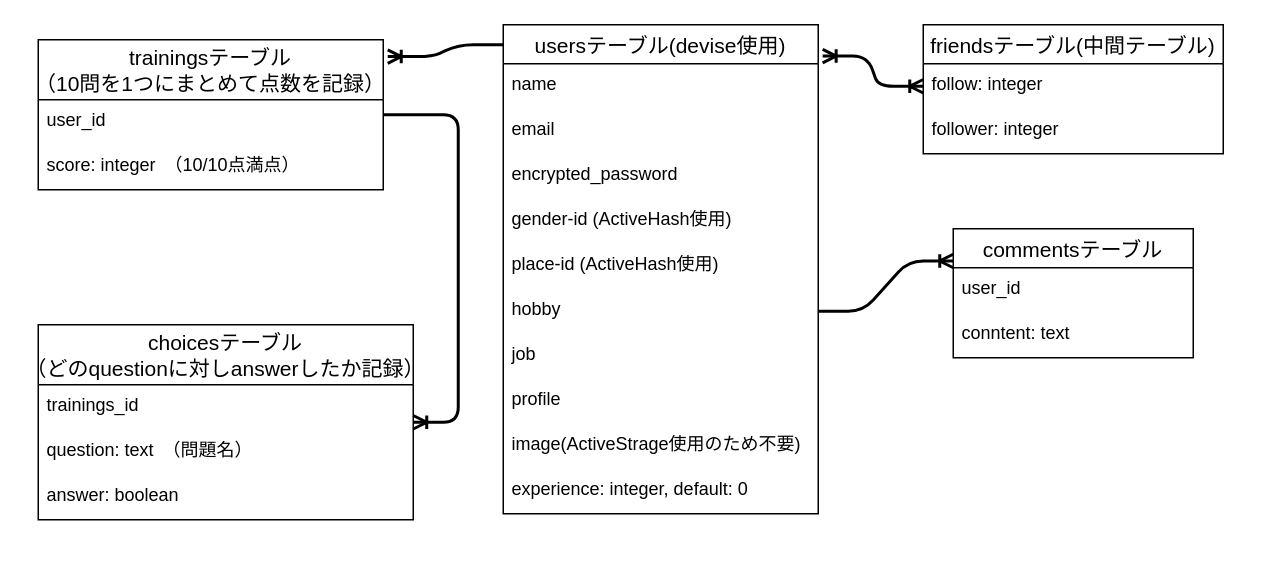
daicheez/kotopark keeps this draw.io diagram as ER_zu.dio. Above is the earlier version. Source tidied: cells renumbered, new cells numbered last; positions are measured from the earlier drawing's top-left corner, leaving out a move shared by most shapes. Both pictures are drawn from the tidied source at 150%, with x=0, y=0 at pixel (38, 24).
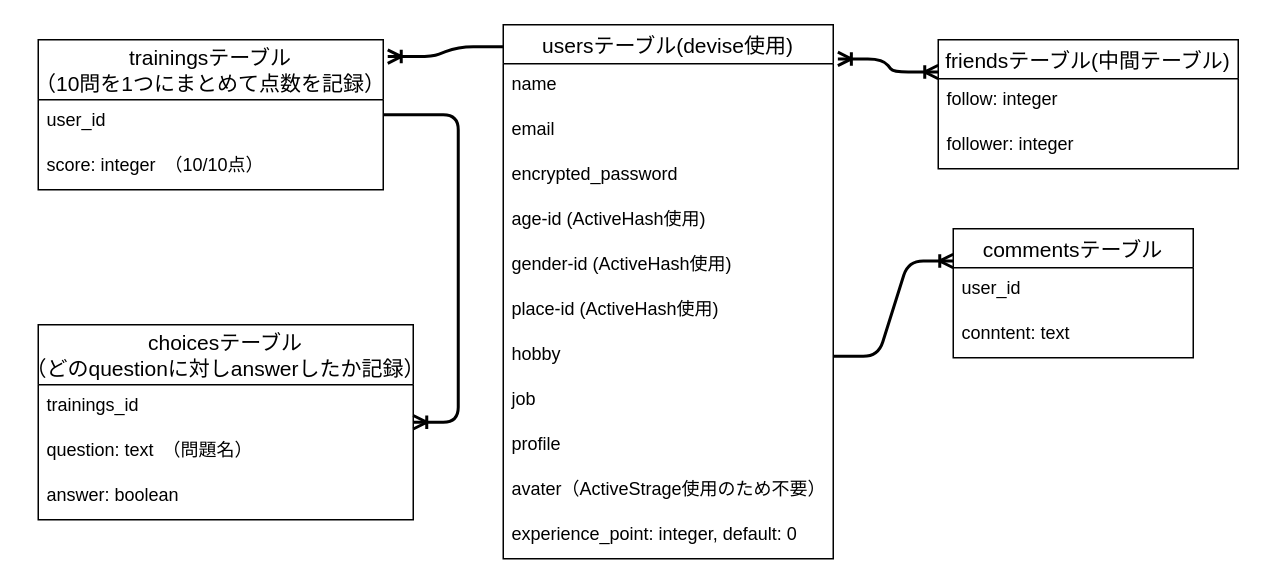
Above is the later version.

Unchanged cells that the change refers to:
```xml
<mxCell id="13" value="trainingsテーブル&#10;（10問を1つにまとめて点数を記録）" style="swimlane;fontStyle=0;horizontal=1;startSize=40;align=center;fontSize=14;" parent="1" vertex="1">
  <mxGeometry y="10" width="230" height="100" as="geometry" />
</mxCell>
```

Change to the diagram source:
```diff
@@
     <mxCell id="2" value="usersテーブル(devise使用)" style="swimlane;fontStyle=0;horizontal=1;startSize=26;align=center;fontSize=14;" parent="1" vertex="1">
-      <mxGeometry x="310" width="210" height="326" as="geometry" />
+      <mxGeometry x="310" width="220" height="356" as="geometry" />
     </mxCell>
     <mxCell id="3" value="name" style="text;strokeColor=none;fillColor=none;spacingLeft=4;spacingRight=4;overflow=hidden;fontSize=12;" parent="2" vertex="1">
-      <mxGeometry y="26" width="210" height="30" as="geometry" />
+      <mxGeometry y="26" width="220" height="30" as="geometry" />
     </mxCell>
     <mxCell id="4" value="email" style="text;strokeColor=none;fillColor=none;spacingLeft=4;spacingRight=4;overflow=hidden;fontSize=12;" parent="2" vertex="1">
-      <mxGeometry y="56" width="210" height="30" as="geometry" />
+      <mxGeometry y="56" width="220" height="30" as="geometry" />
     </mxCell>
     <mxCell id="5" value="encrypted_password" style="text;strokeColor=none;fillColor=none;spacingLeft=4;spacingRight=4;overflow=hidden;fontSize=12;" parent="2" vertex="1">
-      <mxGeometry y="86" width="210" height="30" as="geometry" />
+      <mxGeometry y="86" width="220" height="30" as="geometry" />
     </mxCell>
-    <mxCell id="6" value="gender-id (ActiveHash使用)" style="text;strokeColor=none;fillColor=none;spacingLeft=4;spacingRight=4;overflow=hidden;fontSize=12;" parent="2" vertex="1">
-      <mxGeometry y="116" width="210" height="30" as="geometry" />
+    <mxCell id="6" value="age-id (ActiveHash使用)" style="text;strokeColor=none;fillColor=none;spacingLeft=4;spacingRight=4;overflow=hidden;fontSize=12;" parent="2" vertex="1">
+      <mxGeometry y="116" width="220" height="30" as="geometry" />
     </mxCell>
+    <mxCell id="30" value="gender-id (ActiveHash使用)" style="text;strokeColor=none;fillColor=none;spacingLeft=4;spacingRight=4;overflow=hidden;fontSize=12;" parent="2" vertex="1">
+      <mxGeometry y="146" width="220" height="30" as="geometry" />
+    </mxCell>
     <mxCell id="7" value="place-id (ActiveHash使用)" style="text;strokeColor=none;fillColor=none;spacingLeft=4;spacingRight=4;overflow=hidden;fontSize=12;" parent="2" vertex="1">
-      <mxGeometry y="146" width="210" height="30" as="geometry" />
+      <mxGeometry y="176" width="220" height="30" as="geometry" />
     </mxCell>
     <mxCell id="8" value="hobby" style="text;strokeColor=none;fillColor=none;spacingLeft=4;spacingRight=4;overflow=hidden;points=[[0,0.5],[1,0.5]];portConstraint=eastwest;fontSize=12;" parent="2" vertex="1">
-      <mxGeometry y="176" width="210" height="30" as="geometry" />
+      <mxGeometry y="206" width="220" height="30" as="geometry" />
     </mxCell>
     <mxCell id="9" value="job" style="text;strokeColor=none;fillColor=none;spacingLeft=4;spacingRight=4;overflow=hidden;fontSize=12;" parent="2" vertex="1">
-      <mxGeometry y="206" width="210" height="30" as="geometry" />
+      <mxGeometry y="236" width="220" height="30" as="geometry" />
     </mxCell>
     <mxCell id="10" value="profile" style="text;strokeColor=none;fillColor=none;spacingLeft=4;spacingRight=4;overflow=hidden;fontSize=12;" parent="2" vertex="1">
-      <mxGeometry y="236" width="210" height="30" as="geometry" />
+      <mxGeometry y="266" width="220" height="30" as="geometry" />
     </mxCell>
-    <mxCell id="11" value="image(ActiveStrage使用のため不要)" style="text;strokeColor=none;fillColor=none;spacingLeft=4;spacingRight=4;overflow=hidden;fontSize=12;" parent="2" vertex="1">
-      <mxGeometry y="266" width="210" height="30" as="geometry" />
+    <mxCell id="11" value="avater（ActiveStrage使用のため不要）" style="text;strokeColor=none;fillColor=none;spacingLeft=4;spacingRight=4;overflow=hidden;fontSize=12;" parent="2" vertex="1">
+      <mxGeometry y="296" width="220" height="30" as="geometry" />
     </mxCell>
-    <mxCell id="12" value="experience: integer, default: 0" style="text;strokeColor=none;fillColor=none;spacingLeft=4;spacingRight=4;overflow=hidden;fontSize=12;" parent="2" vertex="1">
-      <mxGeometry y="296" width="210" height="30" as="geometry" />
+    <mxCell id="12" value="experience_point: integer, default: 0" style="text;strokeColor=none;fillColor=none;spacingLeft=4;spacingRight=4;overflow=hidden;fontSize=12;" parent="2" vertex="1">
+      <mxGeometry y="326" width="220" height="30" as="geometry" />
     </mxCell>
@@
-    <mxCell id="15" value="score: integer　（10/10点満点）" style="text;strokeColor=none;fillColor=none;spacingLeft=4;spacingRight=4;overflow=hidden;fontSize=12;" parent="13" vertex="1">
+    <mxCell id="15" value="score: integer　（10/10点）" style="text;strokeColor=none;fillColor=none;spacingLeft=4;spacingRight=4;overflow=hidden;fontSize=12;" parent="13" vertex="1">
       <mxGeometry y="70" width="230" height="30" as="geometry" />
     </mxCell>
     <mxCell id="16" value="friendsテーブル(中間テーブル)" style="swimlane;fontStyle=0;horizontal=1;startSize=26;align=center;fontSize=14;" parent="1" vertex="1">
-      <mxGeometry x="590" width="200" height="86" as="geometry" />
+      <mxGeometry x="600" y="10" width="200" height="86" as="geometry" />
     </mxCell>
@@
-    <mxCell id="23" style="edgeStyle=entityRelationEdgeStyle;fontSize=12;html=1;endArrow=ERoneToMany;startArrow=ERoneToMany;strokeWidth=2;entryX=0;entryY=0.5;entryDx=0;entryDy=0;exitX=1.014;exitY=0.064;exitDx=0;exitDy=0;exitPerimeter=0;startFill=0;endFill=0;" parent="1" edge="1" source="2">
-      <mxGeometry relative="1" as="geometry">
-        <mxPoint x="590" y="41" as="targetPoint" />
-      </mxGeometry>
+    <mxCell id="23" style="edgeStyle=entityRelationEdgeStyle;fontSize=12;html=1;endArrow=ERoneToMany;startArrow=ERoneToMany;strokeWidth=2;entryX=0;entryY=0.25;entryDx=0;entryDy=0;exitX=1.014;exitY=0.064;exitDx=0;exitDy=0;exitPerimeter=0;startFill=0;endFill=0;" parent="1" edge="1" source="2" target="16">
+      <mxGeometry relative="1" as="geometry" />
     </mxCell>
```
